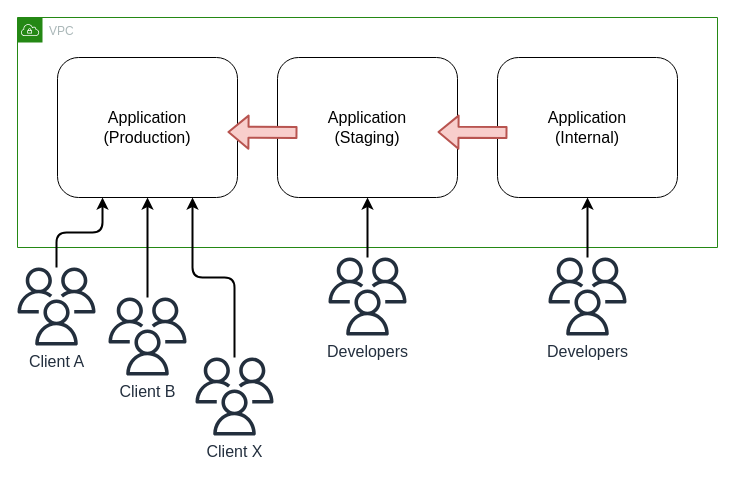
Above: img/diagrams/drawio/new-arch-single-app.drawio in idontcare1996/ua-thesis (draw.io), before the change. Source tidied: cells renumbered, new cells numbered last; positions are measured from the earlier drawing's top-left corner, leaving out a move shared by most shapes. Both pictures are drawn from the tidied source at 100%, with x=0, y=0 at pixel (17, 17).
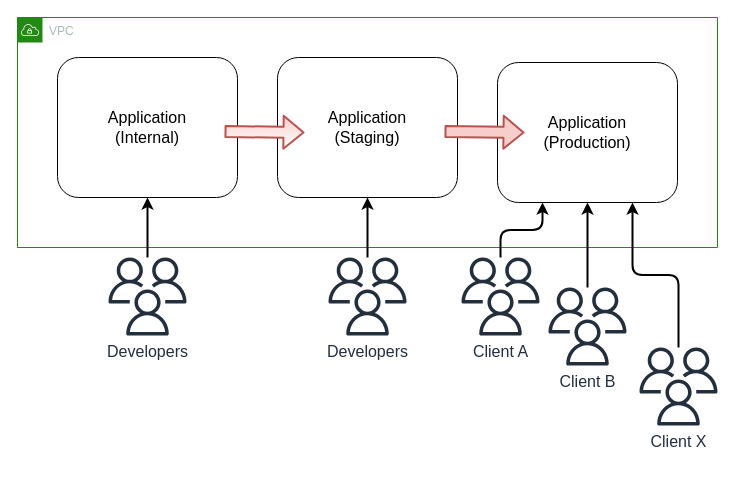
The same page after the edit.

Diff of the diagram source:
```diff
@@
 <mxGraphModel>
   <root>
     <mxCell id="0" />
     <mxCell id="1" parent="0" />
     <mxCell id="2" value="VPC" style="gradientColor=none;html=1;whiteSpace=wrap;fontSize=12;fontStyle=0;shape=mxgraph.aws4.group;grIcon=mxgraph.aws4.group_vpc;strokeColor=#248814;fillColor=none;verticalAlign=top;align=left;spacingLeft=30;fontColor=#AAB7B8;dashed=0;" parent="1" vertex="1">
       <mxGeometry width="700" height="230" as="geometry" />
     </mxCell>
+    <mxCell id="5" value="Application&lt;br&gt;(Internal)" style="rounded=1;whiteSpace=wrap;html=1;fontSize=16;" parent="2" vertex="1">
+      <mxGeometry x="40" y="40" width="180" height="140" as="geometry" />
+    </mxCell>
+    <mxCell id="4" value="Application&lt;br&gt;(Staging)" style="rounded=1;whiteSpace=wrap;html=1;fontSize=16;" parent="2" vertex="1">
+      <mxGeometry x="260" y="40" width="180" height="140" as="geometry" />
+    </mxCell>
+    <mxCell id="6" style="shape=flexArrow;endArrow=none;html=1;strokeWidth=2;fillColor=#f8cecc;strokeColor=#b85450;gradientColor=#ffffff;startArrow=block;endFill=0;" parent="2" edge="1">
+      <mxGeometry relative="1" as="geometry">
+        <mxPoint x="287" y="115" as="sourcePoint" />
+        <mxPoint x="207" y="114" as="targetPoint" />
+      </mxGeometry>
+    </mxCell>
     <mxCell id="3" value="Application&lt;br&gt;(Production)" style="rounded=1;whiteSpace=wrap;html=1;fontSize=16;" parent="2" vertex="1">
-      <mxGeometry x="40" y="40" width="180" height="140" as="geometry" />
+      <mxGeometry x="480" y="45" width="180" height="140" as="geometry" />
     </mxCell>
-    <mxCell id="4" value="Application&lt;br&gt;(Staging)" style="rounded=1;whiteSpace=wrap;html=1;fontSize=16;" parent="2" vertex="1">
-      <mxGeometry x="260" y="40" width="180" height="140" as="geometry" />
-    </mxCell>
-    <mxCell id="5" value="Application&lt;br&gt;(Internal)" style="rounded=1;whiteSpace=wrap;html=1;fontSize=16;" parent="2" vertex="1">
-      <mxGeometry x="480" y="40" width="180" height="140" as="geometry" />
-    </mxCell>
-    <mxCell id="6" style="shape=flexArrow;endArrow=classic;html=1;strokeWidth=2;fillColor=#f8cecc;strokeColor=#b85450;" parent="2" edge="1">
-      <mxGeometry relative="1" as="geometry">
-        <mxPoint x="280" y="115" as="sourcePoint" />
-        <mxPoint x="210" y="114.5" as="targetPoint" />
-      </mxGeometry>
-    </mxCell>
-    <mxCell id="7" style="shape=flexArrow;endArrow=classic;html=1;strokeWidth=2;fillColor=#f8cecc;strokeColor=#b85450;" parent="2" edge="1">
+    <mxCell id="7" style="shape=flexArrow;endArrow=none;html=1;strokeWidth=2;fillColor=#f8cecc;strokeColor=#b85450;startArrow=block;endFill=0;" parent="2" edge="1">
       <mxGeometry relative="1" as="geometry">
-        <mxPoint x="490" y="115" as="sourcePoint" />
-        <mxPoint x="420" y="114.5" as="targetPoint" />
+        <mxPoint x="507" y="115" as="sourcePoint" />
+        <mxPoint x="427" y="114" as="targetPoint" />
       </mxGeometry>
     </mxCell>
     <mxCell id="8" style="edgeStyle=orthogonalEdgeStyle;html=1;entryX=0.25;entryY=1;entryDx=0;entryDy=0;strokeWidth=2;" parent="1" edge="1" source="9" target="3">
       <mxGeometry relative="1" as="geometry" />
     </mxCell>
     <mxCell id="9" value="&lt;font style=&quot;font-size: 16px&quot;&gt;Client A&lt;/font&gt;" style="sketch=0;outlineConnect=0;fontColor=#232F3E;gradientColor=none;fillColor=#232F3D;strokeColor=none;dashed=0;verticalLabelPosition=bottom;verticalAlign=top;align=center;html=1;fontSize=12;fontStyle=0;shape=mxgraph.aws4.users;" parent="1" vertex="1">
-      <mxGeometry y="250" width="78" height="78" as="geometry" />
+      <mxGeometry x="444" y="240" width="78" height="78" as="geometry" />
     </mxCell>
     <mxCell id="10" style="edgeStyle=orthogonalEdgeStyle;html=1;entryX=0.5;entryY=1;entryDx=0;entryDy=0;strokeWidth=2;" parent="1" edge="1" source="11" target="3">
       <mxGeometry relative="1" as="geometry" />
     </mxCell>
     <mxCell id="11" value="&lt;font style=&quot;font-size: 16px&quot;&gt;Client B&lt;/font&gt;" style="sketch=0;outlineConnect=0;fontColor=#232F3E;gradientColor=none;fillColor=#232F3D;strokeColor=none;dashed=0;verticalLabelPosition=bottom;verticalAlign=top;align=center;html=1;fontSize=12;fontStyle=0;shape=mxgraph.aws4.users;" parent="1" vertex="1">
-      <mxGeometry x="91" y="280" width="78" height="78" as="geometry" />
+      <mxGeometry x="531" y="270" width="78" height="78" as="geometry" />
     </mxCell>
     <mxCell id="12" style="edgeStyle=orthogonalEdgeStyle;html=1;entryX=0.75;entryY=1;entryDx=0;entryDy=0;strokeWidth=2;" parent="1" edge="1" source="13" target="3">
       <mxGeometry relative="1" as="geometry" />
     </mxCell>
     <mxCell id="13" value="&lt;font style=&quot;font-size: 16px&quot;&gt;Client X&lt;/font&gt;" style="sketch=0;outlineConnect=0;fontColor=#232F3E;gradientColor=none;fillColor=#232F3D;strokeColor=none;dashed=0;verticalLabelPosition=bottom;verticalAlign=top;align=center;html=1;fontSize=12;fontStyle=0;shape=mxgraph.aws4.users;" parent="1" vertex="1">
-      <mxGeometry x="178" y="340" width="78" height="78" as="geometry" />
+      <mxGeometry x="622" y="330" width="78" height="78" as="geometry" />
     </mxCell>
     <mxCell id="14" style="edgeStyle=orthogonalEdgeStyle;html=1;entryX=0.5;entryY=1;entryDx=0;entryDy=0;strokeWidth=2;" parent="1" edge="1" source="15" target="4">
       <mxGeometry relative="1" as="geometry" />
     </mxCell>
     <mxCell id="15" value="&lt;font style=&quot;font-size: 16px&quot;&gt;Developers&lt;/font&gt;" style="sketch=0;outlineConnect=0;fontColor=#232F3E;gradientColor=none;fillColor=#232F3D;strokeColor=none;dashed=0;verticalLabelPosition=bottom;verticalAlign=top;align=center;html=1;fontSize=12;fontStyle=0;shape=mxgraph.aws4.users;" parent="1" vertex="1">
       <mxGeometry x="311" y="240" width="78" height="78" as="geometry" />
     </mxCell>
     <mxCell id="16" style="edgeStyle=orthogonalEdgeStyle;html=1;entryX=0.5;entryY=1;entryDx=0;entryDy=0;strokeWidth=2;" parent="1" edge="1" source="17" target="5">
       <mxGeometry relative="1" as="geometry" />
     </mxCell>
     <mxCell id="17" value="&lt;font style=&quot;font-size: 16px&quot;&gt;Developers&lt;/font&gt;" style="sketch=0;outlineConnect=0;fontColor=#232F3E;gradientColor=none;fillColor=#232F3D;strokeColor=none;dashed=0;verticalLabelPosition=bottom;verticalAlign=top;align=center;html=1;fontSize=12;fontStyle=0;shape=mxgraph.aws4.users;" parent="1" vertex="1">
-      <mxGeometry x="531" y="240" width="78" height="78" as="geometry" />
+      <mxGeometry x="91" y="240" width="78" height="78" as="geometry" />
     </mxCell>
   </root>
 </mxGraphModel>
```
